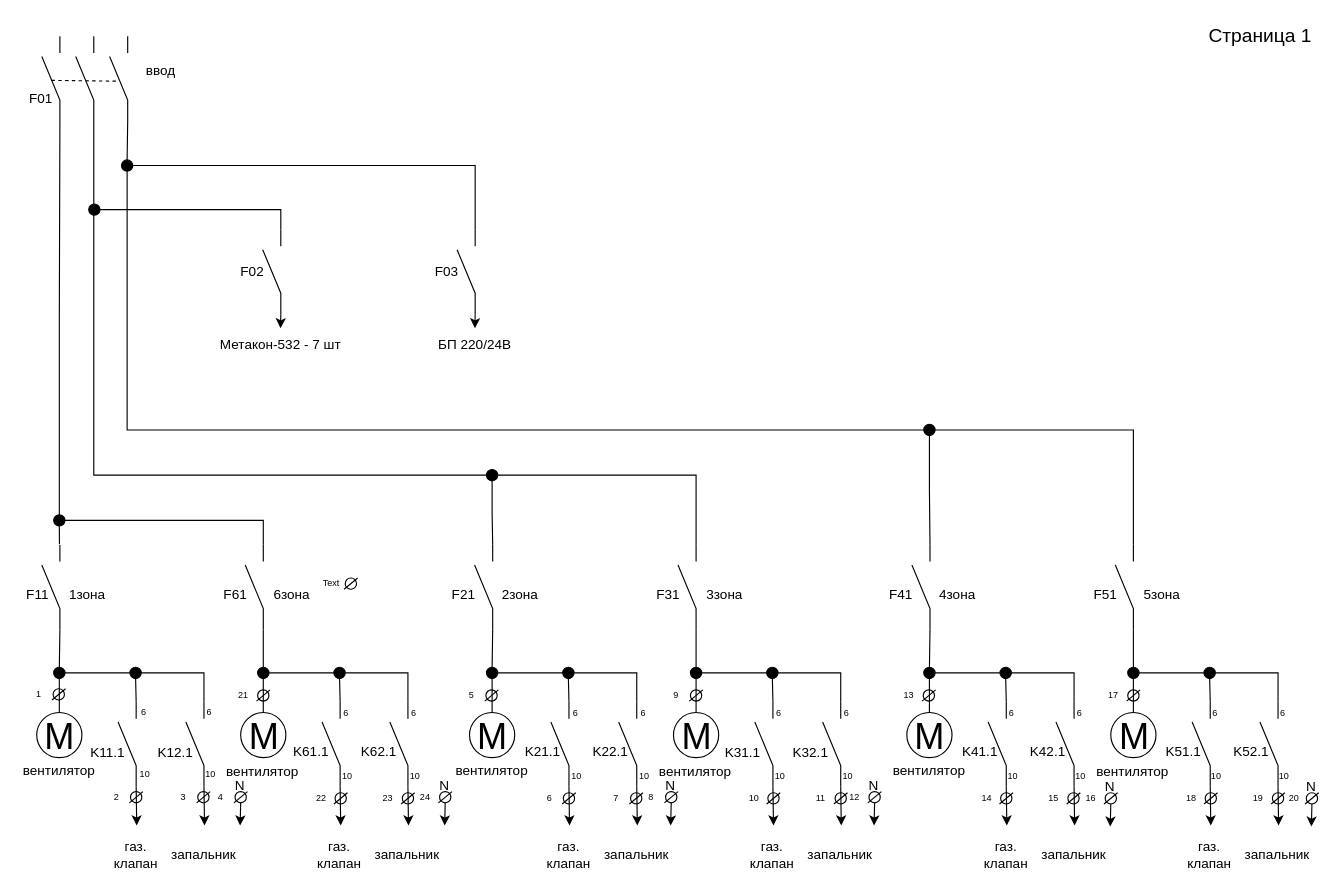
Above: page "Page-1" (1 of 2) of drawio/Печь2.drawio in alex-dr1/oven2 (draw.io), before the change. Source tidied: cells renumbered, new cells numbered last; positions are measured from the earlier drawing's top-left corner, leaving out a move shared by most shapes. Both pictures are drawn from the tidied source at 113%, with x=0, y=0 at pixel (8, 19).
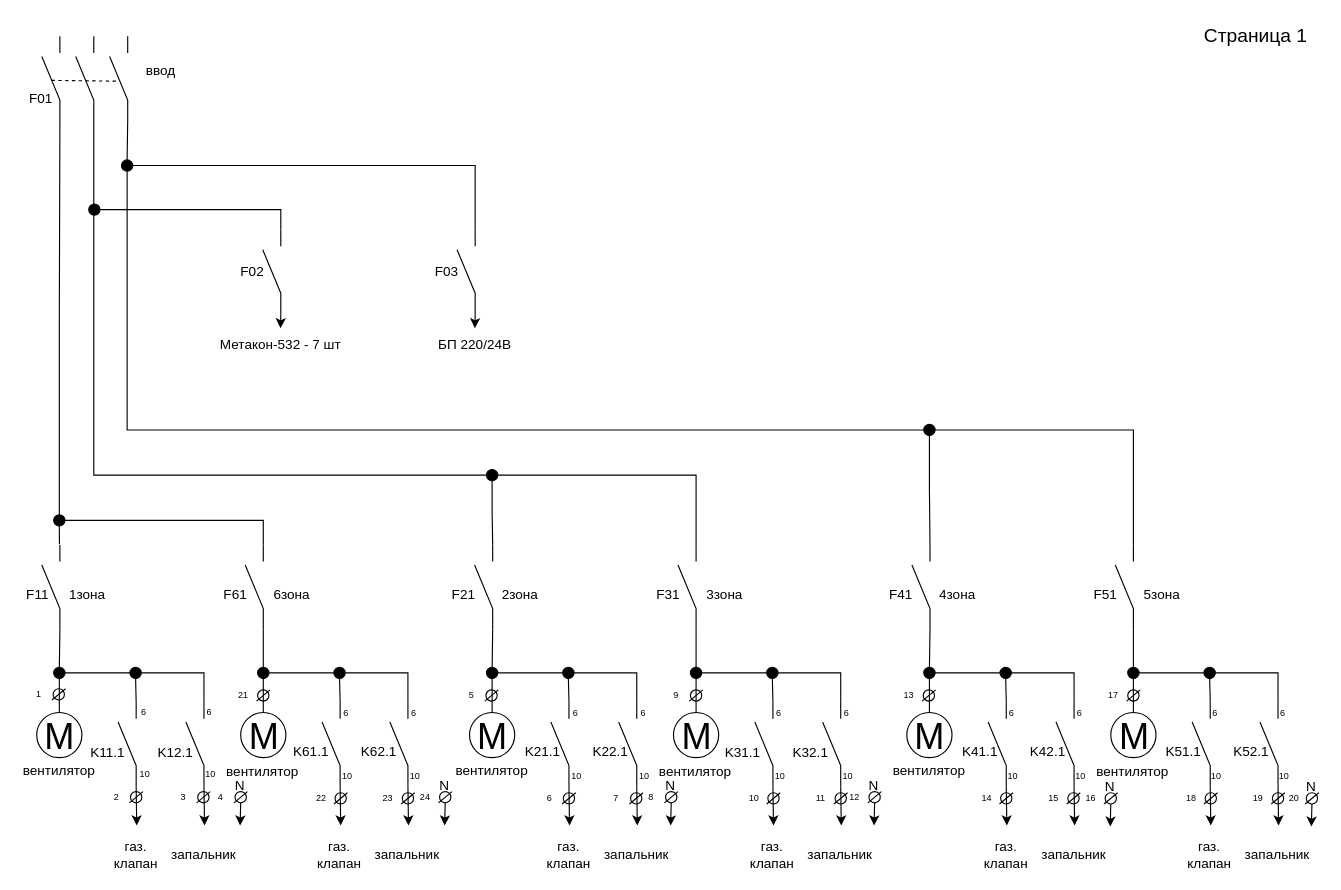
The same page after the edit.

What changed in the source:
```diff
@@
-    <mxCell id="150" style="group;" parent="1" vertex="1">
-      <mxGeometry x="270.5" y="489" width="38.5" height="20" as="geometry" />
-    </mxCell>
-    <mxCell id="151" style="ellipse;whiteSpace=wrap;html=1;fillColor=none;spacingTop=3;" parent="150" vertex="1">
-      <mxGeometry x="27.5" y="5" width="10" height="10" as="geometry" />
-    </mxCell>
-    <mxCell id="152" value="Text" style="text;html=1;strokeColor=none;fillColor=none;align=center;verticalAlign=middle;whiteSpace=wrap;rounded=0;fontSize=8;" parent="150" vertex="1">
-      <mxGeometry width="30" height="20" as="geometry" />
-    </mxCell>
-    <mxCell id="153" style="endArrow=none;html=1;rounded=0;exitX=1;exitY=1;exitDx=0;exitDy=0;" parent="150" edge="1">
-      <mxGeometry relative="1" as="geometry">
-        <mxPoint x="26.5" y="15" as="sourcePoint" />
-        <mxPoint x="38.5" y="5" as="targetPoint" />
-      </mxGeometry>
-    </mxCell>
@@
     <mxCell id="284" value="Страница 1" style="text;html=1;strokeColor=none;fillColor=none;align=center;verticalAlign=middle;whiteSpace=wrap;rounded=0;fontSize=17;" parent="1" vertex="1">
-      <mxGeometry x="1058" width="100" height="30" as="geometry" />
+      <mxGeometry x="1054" width="100" height="30" as="geometry" />
     </mxCell>
```
